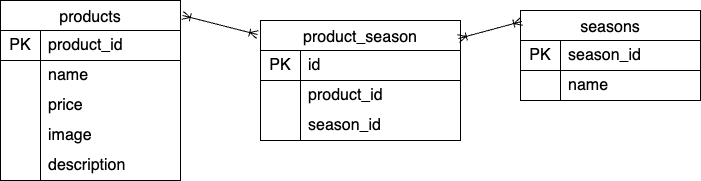
The draw.io diagram src/ER.png in hirori374/test-mogitate, before a commit. Source tidied: cells renumbered, new cells last; positions are measured from the earlier drawing's top-left corner, leaving out a move shared by most shapes. Its diagram source:
```xml
<mxGraphModel>
  <root>
    <mxCell id="0" />
    <mxCell id="1" parent="0" />
    <mxCell id="2" value="products" style="shape=table;startSize=30;rowLines=0;fontStyle=0;strokeColor=default;fontSize=16;flipH=1;flipV=0;columnLines=1;resizeLastRow=0;absoluteArcSize=0;swimlaneHead=1;top=1;noLabel=0;" parent="1" vertex="1">
      <mxGeometry width="180" height="180" as="geometry" />
    </mxCell>
    <mxCell id="3" style="shape=tableRow;horizontal=0;startSize=0;swimlaneHead=0;swimlaneBody=0;top=0;left=0;bottom=0;right=0;fillColor=none;strokeColor=default;fontSize=16;" parent="2" vertex="1">
      <mxGeometry y="30" width="180" height="30" as="geometry" />
    </mxCell>
    <mxCell id="4" value="PK" style="shape=partialRectangle;html=1;whiteSpace=wrap;fillColor=none;top=0;left=0;bottom=1;right=0;overflow=hidden;strokeColor=default;fontSize=16;" parent="3" vertex="1">
      <mxGeometry width="40" height="30" as="geometry" />
    </mxCell>
    <mxCell id="5" value="product_id" style="shape=partialRectangle;html=1;whiteSpace=wrap;fillColor=none;top=0;left=0;bottom=1;right=0;align=left;spacingLeft=6;overflow=hidden;strokeColor=default;fontSize=16;" parent="3" vertex="1">
      <mxGeometry x="40" width="140" height="30" as="geometry" />
    </mxCell>
    <mxCell id="6" style="shape=tableRow;horizontal=0;startSize=0;swimlaneHead=0;swimlaneBody=0;top=0;left=0;bottom=0;right=0;fillColor=none;strokeColor=default;fontSize=16;" parent="2" vertex="1">
      <mxGeometry y="60" width="180" height="30" as="geometry" />
    </mxCell>
    <mxCell id="7" value="2" style="shape=partialRectangle;fillColor=none;top=0;left=0;bottom=0;right=0;overflow=hidden;strokeColor=default;html=1;whiteSpace=wrap;fontColor=none;noLabel=1;" parent="6" vertex="1">
      <mxGeometry width="40" height="30" as="geometry" />
    </mxCell>
    <mxCell id="8" value="name" style="shape=partialRectangle;html=1;whiteSpace=wrap;fillColor=none;top=0;left=0;bottom=0;right=0;align=left;spacingLeft=6;overflow=hidden;strokeColor=default;fontSize=16;" parent="6" vertex="1">
      <mxGeometry x="40" width="140" height="30" as="geometry" />
    </mxCell>
    <mxCell id="9" style="shape=tableRow;horizontal=0;startSize=0;swimlaneHead=0;swimlaneBody=0;top=0;left=0;bottom=0;right=0;fillColor=none;strokeColor=default;fontSize=16;" parent="2" vertex="1">
      <mxGeometry y="90" width="180" height="30" as="geometry" />
    </mxCell>
    <mxCell id="10" value="3" style="shape=partialRectangle;html=1;whiteSpace=wrap;fillColor=none;top=0;left=0;bottom=0;right=0;overflow=hidden;strokeColor=default;fontSize=16;fontColor=none;noLabel=1;" parent="9" vertex="1">
      <mxGeometry width="40" height="30" as="geometry" />
    </mxCell>
    <mxCell id="11" value="price" style="shape=partialRectangle;html=1;whiteSpace=wrap;fillColor=none;top=0;left=0;bottom=0;right=0;align=left;spacingLeft=6;overflow=hidden;strokeColor=default;fontSize=16;" parent="9" vertex="1">
      <mxGeometry x="40" width="140" height="30" as="geometry" />
    </mxCell>
    <mxCell id="12" style="shape=tableRow;horizontal=0;startSize=0;swimlaneHead=0;swimlaneBody=0;top=0;left=0;bottom=0;right=0;fillColor=none;strokeColor=default;fontSize=16;" parent="2" vertex="1">
      <mxGeometry y="120" width="180" height="30" as="geometry" />
    </mxCell>
    <mxCell id="13" value="3" style="shape=partialRectangle;html=1;whiteSpace=wrap;fillColor=none;top=0;left=0;bottom=0;right=0;overflow=hidden;strokeColor=default;fontSize=16;fontColor=none;noLabel=1;" parent="12" vertex="1">
      <mxGeometry width="40" height="30" as="geometry" />
    </mxCell>
    <mxCell id="14" value="image" style="shape=partialRectangle;html=1;whiteSpace=wrap;fillColor=none;top=0;left=0;bottom=0;right=0;align=left;spacingLeft=6;overflow=hidden;strokeColor=default;fontSize=16;" parent="12" vertex="1">
      <mxGeometry x="40" width="140" height="30" as="geometry" />
    </mxCell>
    <mxCell id="15" style="shape=tableRow;horizontal=0;startSize=0;swimlaneHead=0;swimlaneBody=0;top=0;left=0;bottom=0;right=0;fillColor=none;strokeColor=default;fontSize=16;" parent="2" vertex="1">
      <mxGeometry y="150" width="180" height="30" as="geometry" />
    </mxCell>
    <mxCell id="16" value="3" style="shape=partialRectangle;html=1;whiteSpace=wrap;fillColor=none;top=0;left=0;bottom=0;right=0;overflow=hidden;strokeColor=default;fontSize=16;fontColor=none;noLabel=1;" parent="15" vertex="1">
      <mxGeometry width="40" height="30" as="geometry" />
    </mxCell>
    <mxCell id="17" value="description" style="shape=partialRectangle;html=1;whiteSpace=wrap;fillColor=none;top=0;left=0;bottom=0;right=0;align=left;spacingLeft=6;overflow=hidden;strokeColor=default;fontSize=16;" parent="15" vertex="1">
      <mxGeometry x="40" width="140" height="30" as="geometry" />
    </mxCell>
    <mxCell id="18" value="seasons" style="shape=table;startSize=30;rowLines=0;fontStyle=0;strokeColor=default;fontSize=16;flipH=1;flipV=0;columnLines=1;resizeLastRow=0;absoluteArcSize=0;swimlaneHead=1;top=1;noLabel=0;" parent="1" vertex="1">
      <mxGeometry x="520" y="10" width="180" height="90" as="geometry" />
    </mxCell>
    <mxCell id="19" style="shape=tableRow;horizontal=0;startSize=0;swimlaneHead=0;swimlaneBody=0;top=0;left=0;bottom=0;right=0;fillColor=none;strokeColor=default;fontSize=16;" parent="18" vertex="1">
      <mxGeometry y="30" width="180" height="30" as="geometry" />
    </mxCell>
    <mxCell id="20" value="PK" style="shape=partialRectangle;html=1;whiteSpace=wrap;fillColor=none;top=0;left=0;bottom=1;right=0;overflow=hidden;strokeColor=default;fontSize=16;" parent="19" vertex="1">
      <mxGeometry width="40" height="30" as="geometry" />
    </mxCell>
    <mxCell id="21" value="season_id" style="shape=partialRectangle;html=1;whiteSpace=wrap;fillColor=none;top=0;left=0;bottom=1;right=0;align=left;spacingLeft=6;overflow=hidden;strokeColor=default;fontSize=16;" parent="19" vertex="1">
      <mxGeometry x="40" width="140" height="30" as="geometry" />
    </mxCell>
    <mxCell id="22" style="shape=tableRow;horizontal=0;startSize=0;swimlaneHead=0;swimlaneBody=0;top=0;left=0;bottom=0;right=0;fillColor=none;strokeColor=default;fontSize=16;" parent="18" vertex="1">
      <mxGeometry y="60" width="180" height="30" as="geometry" />
    </mxCell>
    <mxCell id="23" value="2" style="shape=partialRectangle;fillColor=none;top=0;left=0;bottom=0;right=0;overflow=hidden;strokeColor=default;html=1;whiteSpace=wrap;fontColor=none;noLabel=1;" parent="22" vertex="1">
      <mxGeometry width="40" height="30" as="geometry" />
    </mxCell>
    <mxCell id="24" value="name" style="shape=partialRectangle;html=1;whiteSpace=wrap;fillColor=none;top=0;left=0;bottom=0;right=0;align=left;spacingLeft=6;overflow=hidden;strokeColor=default;fontSize=16;" parent="22" vertex="1">
      <mxGeometry x="40" width="140" height="30" as="geometry" />
    </mxCell>
    <mxCell id="25" value="product_season" style="shape=table;startSize=30;rowLines=0;fontStyle=0;strokeColor=default;fontSize=16;flipH=1;flipV=0;columnLines=1;resizeLastRow=0;absoluteArcSize=0;swimlaneHead=1;top=1;noLabel=0;" parent="1" vertex="1">
      <mxGeometry x="260" y="20" width="200" height="120" as="geometry" />
    </mxCell>
    <mxCell id="26" style="shape=tableRow;horizontal=0;startSize=0;swimlaneHead=0;swimlaneBody=0;top=0;left=0;bottom=0;right=0;fillColor=none;strokeColor=default;fontSize=16;" parent="25" vertex="1">
      <mxGeometry y="30" width="200" height="30" as="geometry" />
    </mxCell>
    <mxCell id="27" value="PK" style="shape=partialRectangle;html=1;whiteSpace=wrap;fillColor=none;top=0;left=0;bottom=1;right=0;overflow=hidden;strokeColor=default;fontSize=16;" parent="26" vertex="1">
      <mxGeometry width="40" height="30" as="geometry" />
    </mxCell>
    <mxCell id="28" value="id" style="shape=partialRectangle;html=1;whiteSpace=wrap;fillColor=none;top=0;left=0;bottom=1;right=0;align=left;spacingLeft=6;overflow=hidden;strokeColor=default;fontSize=16;" parent="26" vertex="1">
      <mxGeometry x="40" width="160" height="30" as="geometry" />
    </mxCell>
    <mxCell id="29" style="shape=tableRow;horizontal=0;startSize=0;swimlaneHead=0;swimlaneBody=0;top=0;left=0;bottom=0;right=0;fillColor=none;strokeColor=default;fontSize=16;" parent="25" vertex="1">
      <mxGeometry y="60" width="200" height="30" as="geometry" />
    </mxCell>
    <mxCell id="30" value="2" style="shape=partialRectangle;fillColor=none;top=0;left=0;bottom=0;right=0;overflow=hidden;strokeColor=default;html=1;whiteSpace=wrap;fontColor=none;noLabel=1;" parent="29" vertex="1">
      <mxGeometry width="40" height="30" as="geometry" />
    </mxCell>
    <mxCell id="31" value="product_id" style="shape=partialRectangle;html=1;whiteSpace=wrap;fillColor=none;top=0;left=0;bottom=0;right=0;align=left;spacingLeft=6;overflow=hidden;strokeColor=default;fontSize=16;" parent="29" vertex="1">
      <mxGeometry x="40" width="160" height="30" as="geometry" />
    </mxCell>
    <mxCell id="32" style="shape=tableRow;horizontal=0;startSize=0;swimlaneHead=0;swimlaneBody=0;top=0;left=0;bottom=0;right=0;fillColor=none;strokeColor=default;fontSize=16;" parent="25" vertex="1">
      <mxGeometry y="90" width="200" height="30" as="geometry" />
    </mxCell>
    <mxCell id="33" value="3" style="shape=partialRectangle;html=1;whiteSpace=wrap;fillColor=none;top=0;left=0;bottom=0;right=0;overflow=hidden;strokeColor=default;fontSize=16;fontColor=none;noLabel=1;" parent="32" vertex="1">
      <mxGeometry width="40" height="30" as="geometry" />
    </mxCell>
    <mxCell id="34" value="season_id" style="shape=partialRectangle;html=1;whiteSpace=wrap;fillColor=none;top=0;left=0;bottom=0;right=0;align=left;spacingLeft=6;overflow=hidden;strokeColor=default;fontSize=16;" parent="32" vertex="1">
      <mxGeometry x="40" width="160" height="30" as="geometry" />
    </mxCell>
    <mxCell id="35" style="endArrow=ERoneToMany;startArrow=ERoneToMany;html=1;exitX=-0.011;exitY=0.083;exitDx=0;exitDy=0;exitPerimeter=0;startFill=0;endFill=0;entryX=1.015;entryY=0.117;entryDx=0;entryDy=0;entryPerimeter=0;" parent="1" edge="1" source="2" target="25">
      <mxGeometry relative="1" as="geometry" />
    </mxCell>
    <mxCell id="36" style="endArrow=ERoneToMany;startArrow=ERoneToMany;html=1;entryX=0.01;entryY=0.15;entryDx=0;entryDy=0;startFill=0;endFill=0;entryPerimeter=0;exitX=0.994;exitY=0.122;exitDx=0;exitDy=0;exitPerimeter=0;" parent="1" edge="1" source="18" target="25">
      <mxGeometry relative="1" as="geometry" />
    </mxCell>
  </root>
</mxGraphModel>
```
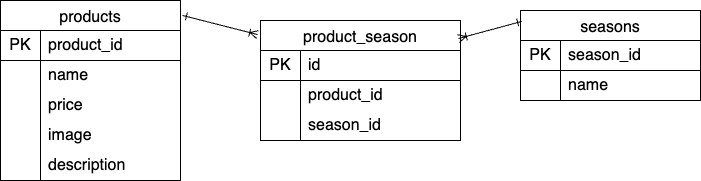
Later version of the same file.

Commit message:
ファイルの追加

Change to the diagram source:
```diff
@@ -101,10 +101,10 @@
     <mxCell id="34" value="season_id" style="shape=partialRectangle;html=1;whiteSpace=wrap;fillColor=none;top=0;left=0;bottom=0;right=0;align=left;spacingLeft=6;overflow=hidden;strokeColor=default;fontSize=16;" parent="32" vertex="1">
       <mxGeometry x="40" width="160" height="30" as="geometry" />
     </mxCell>
-    <mxCell id="35" style="endArrow=ERoneToMany;startArrow=ERoneToMany;html=1;exitX=-0.011;exitY=0.083;exitDx=0;exitDy=0;exitPerimeter=0;startFill=0;endFill=0;entryX=1.015;entryY=0.117;entryDx=0;entryDy=0;entryPerimeter=0;" parent="1" edge="1" source="2" target="25">
+    <mxCell id="35" style="endArrow=ERoneToMany;startArrow=ERone;html=1;exitX=-0.011;exitY=0.083;exitDx=0;exitDy=0;exitPerimeter=0;startFill=0;endFill=0;entryX=1.015;entryY=0.117;entryDx=0;entryDy=0;entryPerimeter=0;" parent="1" edge="1" source="2" target="25">
       <mxGeometry relative="1" as="geometry" />
     </mxCell>
-    <mxCell id="36" style="endArrow=ERoneToMany;startArrow=ERoneToMany;html=1;entryX=0.01;entryY=0.15;entryDx=0;entryDy=0;startFill=0;endFill=0;entryPerimeter=0;exitX=0.994;exitY=0.122;exitDx=0;exitDy=0;exitPerimeter=0;" parent="1" edge="1" source="18" target="25">
+    <mxCell id="36" style="endArrow=ERoneToMany;startArrow=ERone;html=1;entryX=0.01;entryY=0.15;entryDx=0;entryDy=0;startFill=0;endFill=0;entryPerimeter=0;exitX=0.994;exitY=0.122;exitDx=0;exitDy=0;exitPerimeter=0;" parent="1" edge="1" source="18" target="25">
       <mxGeometry relative="1" as="geometry" />
     </mxCell>
   </root>
```
